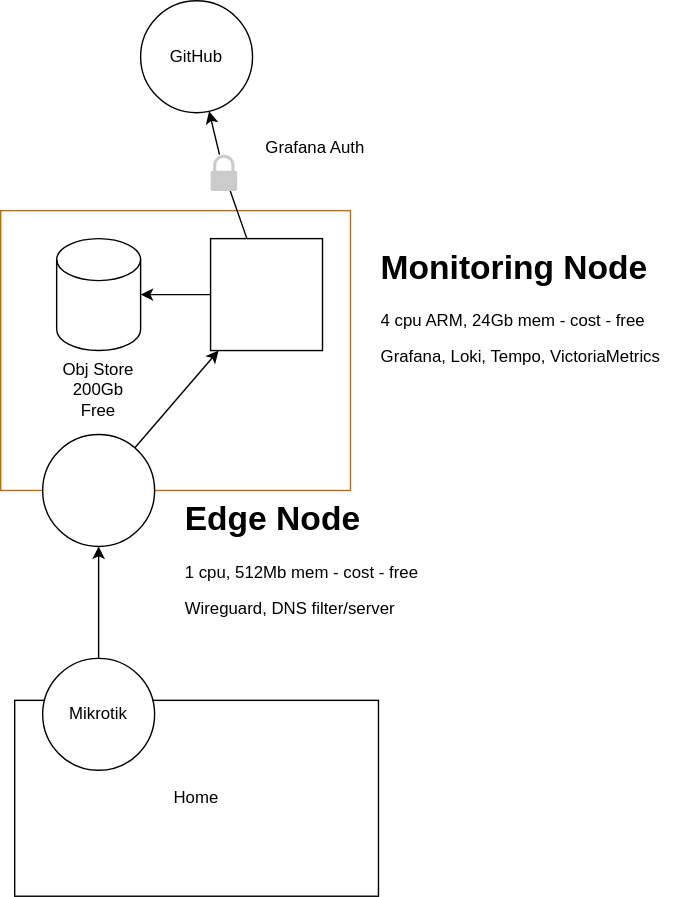
Before: docs/architecture.drawio.svg, a diagram exported from draw.io (aidanhall34/cloud-infra). Source tidied: cells renumbered, new cells last; positions are measured from the earlier drawing's top-left corner, leaving out a move shared by most shapes.
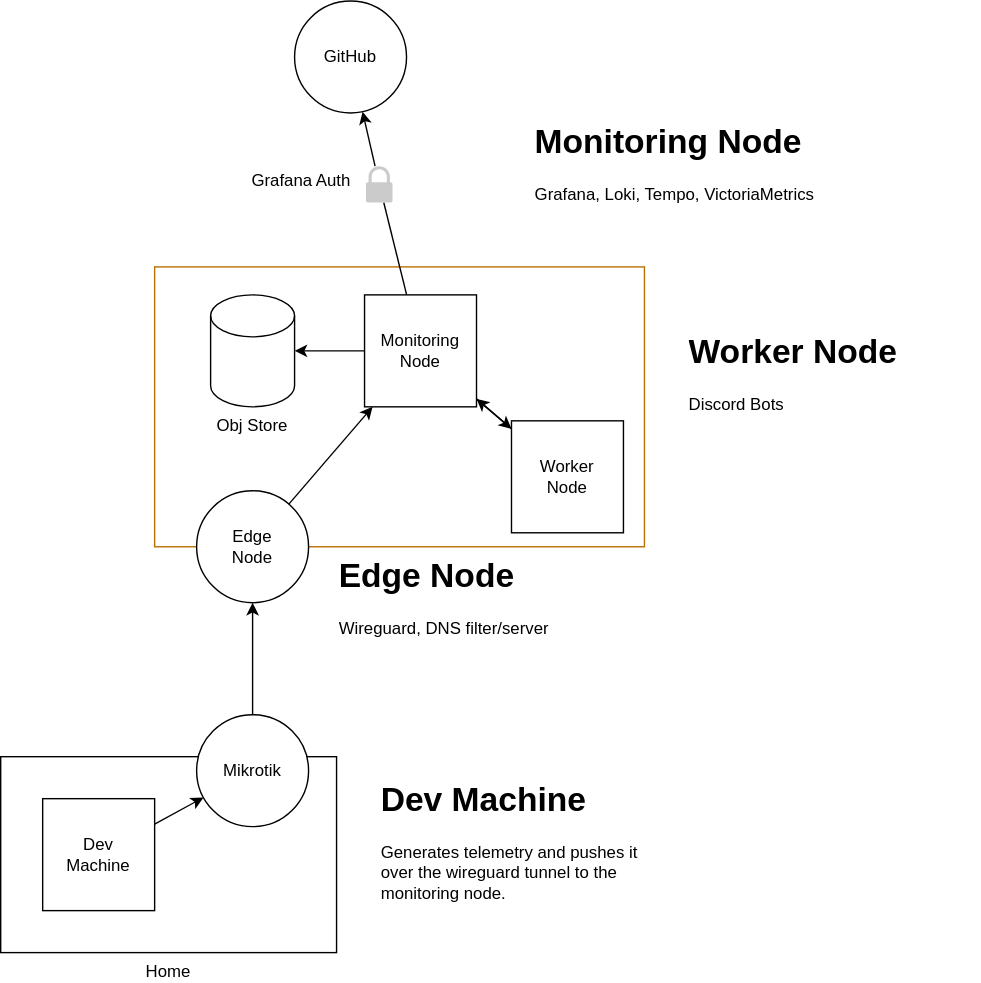
The same diagram one commit later.

The edit, as a diff of the source:
```diff
@@ -2,53 +2,74 @@
   <root>
     <mxCell id="0" />
     <mxCell id="1" parent="0" />
-    <mxCell id="2" value="Home" style="rounded=0;whiteSpace=wrap;html=1;" parent="1" vertex="1">
-      <mxGeometry x="10" y="500" width="260" height="140" as="geometry" />
+    <mxCell id="2" value="Home" style="rounded=0;whiteSpace=wrap;html=1;labelPosition=center;verticalLabelPosition=bottom;align=center;verticalAlign=top;fontColor=light-dark(#000000,#FFFFFF);" parent="1" vertex="1">
+      <mxGeometry x="-110" y="500" width="240" height="140" as="geometry" />
     </mxCell>
-    <mxCell id="3" style="rounded=0;whiteSpace=wrap;html=1;fillColor=none;fontColor=#000000;strokeColor=#BD7000;" parent="1" vertex="1">
-      <mxGeometry y="150" width="250" height="200" as="geometry" />
+    <mxCell id="3" style="rounded=0;whiteSpace=wrap;html=1;fillColor=none;fontColor=light-dark(#000000,#FFFFFF);strokeColor=#BD7000;" parent="1" vertex="1">
+      <mxGeometry y="150" width="350" height="200" as="geometry" />
     </mxCell>
-    <mxCell id="4" style="edgeStyle=none;html=1;" parent="1" edge="1" source="5" target="10">
+    <mxCell id="4" style="edgeStyle=none;html=1;fontColor=light-dark(#000000,#FFFFFF);" parent="1" edge="1" source="5" target="10">
       <mxGeometry relative="1" as="geometry" />
     </mxCell>
-    <mxCell id="5" value="Mikrotik" style="ellipse;whiteSpace=wrap;html=1;" parent="1" vertex="1">
+    <mxCell id="5" value="Mikrotik" style="ellipse;whiteSpace=wrap;html=1;fontColor=light-dark(#000000,#FFFFFF);" parent="1" vertex="1">
       <mxGeometry x="30" y="470" width="80" height="80" as="geometry" />
     </mxCell>
-    <mxCell id="6" style="edgeStyle=none;html=1;" parent="1" edge="1" source="8" target="14">
+    <mxCell id="6" style="edgeStyle=none;html=1;fontColor=light-dark(#000000,#FFFFFF);" parent="1" edge="1" source="8" target="14">
       <mxGeometry relative="1" as="geometry" />
     </mxCell>
-    <mxCell id="7" style="edgeStyle=none;html=1;" parent="1" edge="1" source="16" target="13">
+    <mxCell id="7" style="edgeStyle=none;html=1;fontColor=light-dark(#000000,#FFFFFF);" parent="1" edge="1" source="16" target="13">
       <mxGeometry relative="1" as="geometry" />
     </mxCell>
+    <mxCell id="18" style="edgeStyle=none;html=1;fontColor=light-dark(#000000,#FFFFFF);" parent="1" edge="1" source="8" target="20">
+      <mxGeometry relative="1" as="geometry" />
+    </mxCell>
-    <mxCell id="8" style="whiteSpace=wrap;html=1;" parent="1" vertex="1">
+    <mxCell id="8" value="Monitoring Node" style="whiteSpace=wrap;html=1;fontColor=light-dark(#000000,#FFFFFF);" parent="1" vertex="1">
       <mxGeometry x="150" y="170" width="80" height="80" as="geometry" />
     </mxCell>
-    <mxCell id="9" style="edgeStyle=none;html=1;" parent="1" edge="1" source="10" target="8">
+    <mxCell id="9" style="edgeStyle=none;html=1;fontColor=light-dark(#000000,#FFFFFF);" parent="1" edge="1" source="10" target="8">
       <mxGeometry relative="1" as="geometry" />
     </mxCell>
-    <mxCell id="10" style="ellipse;whiteSpace=wrap;html=1;" parent="1" vertex="1">
+    <mxCell id="10" value="Edge&lt;div&gt;Node&lt;/div&gt;" style="ellipse;whiteSpace=wrap;html=1;fontColor=light-dark(#000000,#FFFFFF);" parent="1" vertex="1">
       <mxGeometry x="30" y="310" width="80" height="80" as="geometry" />
     </mxCell>
-    <mxCell id="11" value="&lt;h1 style=&quot;margin-top: 0px;&quot;&gt;Edge Node&lt;/h1&gt;&lt;p&gt;1 cpu, 512Mb mem - cost - free&lt;/p&gt;&lt;p&gt;Wireguard, DNS filter/server&lt;/p&gt;" style="text;html=1;whiteSpace=wrap;overflow=hidden;rounded=0;" parent="1" vertex="1">
+    <mxCell id="11" value="&lt;h1 style=&quot;margin-top: 0px;&quot;&gt;Edge Node&lt;/h1&gt;&lt;p&gt;&lt;span style=&quot;background-color: transparent;&quot;&gt;&lt;font style=&quot;&quot;&gt;Wireguard, DNS filter/server&lt;/font&gt;&lt;/span&gt;&lt;/p&gt;" style="text;html=1;whiteSpace=wrap;overflow=hidden;rounded=0;fontColor=light-dark(#000000,#FFFFFF);" parent="1" vertex="1">
       <mxGeometry x="130" y="350" width="180" height="100" as="geometry" />
     </mxCell>
-    <mxCell id="12" value="&lt;h1 style=&quot;margin-top: 0px;&quot;&gt;Monitoring Node&lt;/h1&gt;&lt;p&gt;4 cpu ARM, 24Gb mem - cost - free&lt;/p&gt;&lt;p&gt;Grafana, Loki, Tempo, VictoriaMetrics&lt;/p&gt;" style="text;html=1;whiteSpace=wrap;overflow=hidden;rounded=0;" parent="1" vertex="1">
-      <mxGeometry x="270" y="170" width="210" height="120" as="geometry" />
+    <mxCell id="12" value="&lt;h1 style=&quot;margin-top: 0px;&quot;&gt;Monitoring Node&lt;/h1&gt;&lt;p&gt;Grafana, Loki, Tempo, VictoriaMetrics&lt;/p&gt;" style="text;html=1;whiteSpace=wrap;overflow=hidden;rounded=0;fontColor=light-dark(#000000,#FFFFFF);" parent="1" vertex="1">
+      <mxGeometry x="270" y="40" width="210" height="120" as="geometry" />
     </mxCell>
-    <mxCell id="13" value="GitHub" style="ellipse;whiteSpace=wrap;html=1;" parent="1" vertex="1">
-      <mxGeometry x="100" width="80" height="80" as="geometry" />
+    <mxCell id="13" value="GitHub" style="ellipse;whiteSpace=wrap;html=1;fontColor=light-dark(#000000,#FFFFFF);" parent="1" vertex="1">
+      <mxGeometry x="100" y="-40" width="80" height="80" as="geometry" />
     </mxCell>
-    <mxCell id="14" value="&lt;font&gt;Obj Store&lt;br&gt;&lt;/font&gt;&lt;div&gt;&lt;font&gt;&lt;span style=&quot;background-color: transparent;&quot;&gt;200Gb&amp;nbsp;&lt;/span&gt;Free&lt;/font&gt;&lt;/div&gt;" style="shape=cylinder3;whiteSpace=wrap;html=1;boundedLbl=1;backgroundOutline=1;size=15;labelPosition=center;verticalLabelPosition=bottom;align=center;verticalAlign=top;fontColor=default;" parent="1" vertex="1">
+    <mxCell id="14" value="&lt;font&gt;Obj Store&lt;/font&gt;" style="shape=cylinder3;whiteSpace=wrap;html=1;boundedLbl=1;backgroundOutline=1;size=15;labelPosition=center;verticalLabelPosition=bottom;align=center;verticalAlign=top;fontColor=light-dark(#000000,#FFFFFF);" parent="1" vertex="1">
       <mxGeometry x="40" y="170" width="60" height="80" as="geometry" />
     </mxCell>
-    <mxCell id="15" style="edgeStyle=none;html=1;endArrow=none;endFill=0;" parent="1" edge="1" source="8" target="16">
+    <mxCell id="15" style="edgeStyle=none;html=1;endArrow=none;endFill=0;fontColor=light-dark(#000000,#FFFFFF);" parent="1" edge="1" source="8" target="16">
       <mxGeometry relative="1" as="geometry" />
     </mxCell>
-    <mxCell id="16" style="sketch=0;shadow=0;dashed=0;html=1;strokeColor=none;labelPosition=center;verticalLabelPosition=bottom;verticalAlign=top;outlineConnect=0;align=center;shape=mxgraph.office.security.lock_protected;fillColor=#CCCBCB;" parent="1" vertex="1">
-      <mxGeometry x="150" y="110" width="19" height="26" as="geometry" />
+    <mxCell id="16" style="sketch=0;shadow=0;dashed=0;html=1;strokeColor=none;labelPosition=center;verticalLabelPosition=bottom;verticalAlign=top;outlineConnect=0;align=center;shape=mxgraph.office.security.lock_protected;fillColor=#CCCBCB;fontColor=light-dark(#000000,#FFFFFF);" parent="1" vertex="1">
+      <mxGeometry x="151" y="78" width="19" height="26" as="geometry" />
     </mxCell>
-    <mxCell id="17" value="Grafana Auth" style="text;html=1;align=center;verticalAlign=middle;whiteSpace=wrap;rounded=0;" parent="1" vertex="1">
-      <mxGeometry x="180" y="90" width="90" height="30" as="geometry" />
+    <mxCell id="17" value="Grafana Auth" style="text;html=1;align=center;verticalAlign=middle;whiteSpace=wrap;rounded=0;fontColor=light-dark(#000000,#FFFFFF);" parent="1" vertex="1">
+      <mxGeometry x="60" y="74" width="90" height="30" as="geometry" />
     </mxCell>
+    <mxCell id="19" style="edgeStyle=none;html=1;fontColor=light-dark(#000000,#FFFFFF);" parent="1" edge="1" source="20" target="8">
+      <mxGeometry relative="1" as="geometry" />
+    </mxCell>
+    <mxCell id="20" value="Worker&lt;div&gt;Node&lt;/div&gt;" style="whiteSpace=wrap;html=1;fontColor=light-dark(#000000,#FFFFFF);" parent="1" vertex="1">
+      <mxGeometry x="255" y="260" width="80" height="80" as="geometry" />
+    </mxCell>
+    <mxCell id="21" style="edgeStyle=none;html=1;fontColor=light-dark(#000000,#FFFFFF);" parent="1" edge="1" source="22" target="5">
+      <mxGeometry relative="1" as="geometry" />
+    </mxCell>
+    <mxCell id="22" value="Dev&lt;div&gt;Machine&lt;/div&gt;" style="whiteSpace=wrap;html=1;fontColor=light-dark(#000000,#FFFFFF);" parent="1" vertex="1">
+      <mxGeometry x="-80" y="530" width="80" height="80" as="geometry" />
+    </mxCell>
+    <mxCell id="23" value="&lt;h1 style=&quot;margin-top: 0px;&quot;&gt;Worker Node&lt;/h1&gt;&lt;p&gt;Discord Bots&lt;/p&gt;" style="text;html=1;whiteSpace=wrap;overflow=hidden;rounded=0;fontColor=light-dark(#000000,#FFFFFF);" parent="1" vertex="1">
+      <mxGeometry x="380" y="190" width="210" height="120" as="geometry" />
+    </mxCell>
+    <mxCell id="24" value="&lt;h1 style=&quot;margin-top: 0px;&quot;&gt;Dev Machine&lt;/h1&gt;&lt;p&gt;Generates telemetry and pushes it over the wireguard tunnel to the monitoring node.&lt;/p&gt;" style="text;html=1;whiteSpace=wrap;overflow=hidden;rounded=0;fontColor=light-dark(#000000,#FFFFFF);" parent="1" vertex="1">
+      <mxGeometry x="160" y="510" width="210" height="120" as="geometry" />
+    </mxCell>
   </root>
 </mxGraphModel>
```
